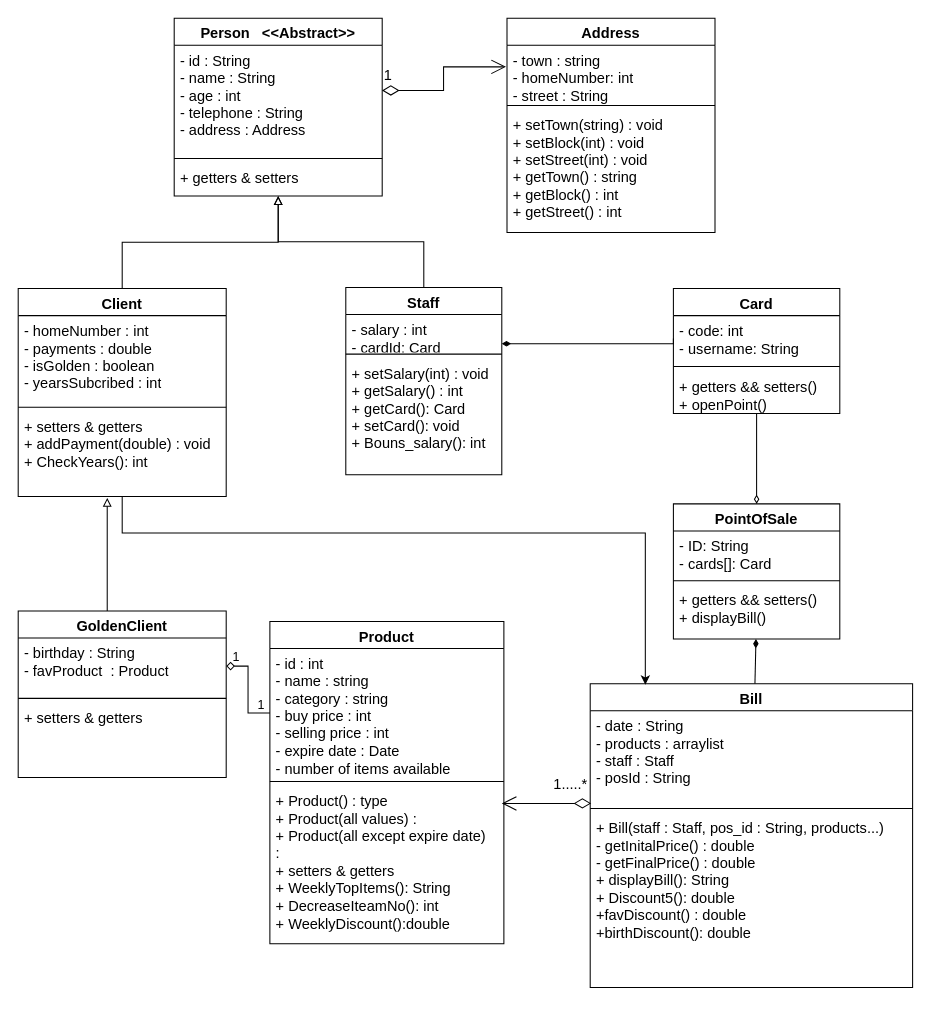
DiaaAhmedHassan/SuperMarketSystem keeps this draw.io diagram as UML/supermarket-uml.drawio. Above is the earlier version. Source tidied: cells renumbered, new cells numbered last; positions are measured from the earlier drawing's top-left corner, leaving out a move shared by most shapes. Both pictures are drawn from the tidied source at 104%, with x=0, y=0 at pixel (18, 18).
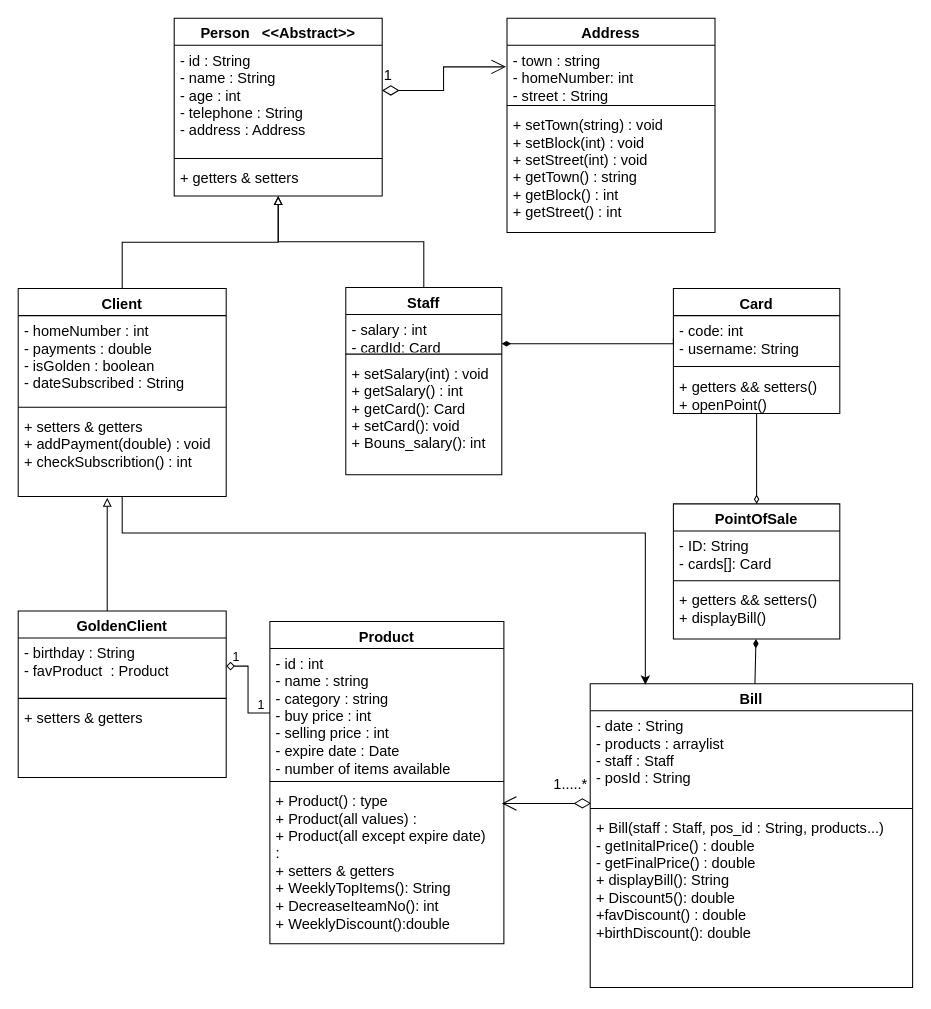
The same page after the edit.

The change refers to these unchanged cells:
```xml
<mxCell id="6" value="Client" style="swimlane;fontStyle=1;align=center;verticalAlign=top;horizontal=1;startSize=26;whiteSpace=wrap;html=1;labelBackgroundColor=none;fontSize=14;" parent="1" vertex="1">
  <mxGeometry y="260" width="200" height="200" as="geometry" />
</mxCell>
```

Diff of the diagram source:
```diff
@@
-    <mxCell id="7" value="- homeNumber : int&lt;br style=&quot;font-size: 14px;&quot;&gt;- payments : double&lt;br style=&quot;font-size: 14px;&quot;&gt;- isGolden : boolean&lt;br style=&quot;font-size: 14px;&quot;&gt;- yearsSubcribed : int" style="text;strokeColor=none;fillColor=none;align=left;verticalAlign=top;spacingLeft=4;spacingRight=4;overflow=hidden;whiteSpace=wrap;html=1;labelBackgroundColor=none;horizontal=1;fontSize=14;" parent="6" vertex="1">
+    <mxCell id="7" value="- homeNumber : int&lt;br style=&quot;font-size: 14px;&quot;&gt;- payments : double&lt;br style=&quot;font-size: 14px;&quot;&gt;- isGolden : boolean&lt;br style=&quot;font-size: 14px;&quot;&gt;- dateSubscribed : String" style="text;strokeColor=none;fillColor=none;align=left;verticalAlign=top;spacingLeft=4;spacingRight=4;overflow=hidden;whiteSpace=wrap;html=1;labelBackgroundColor=none;horizontal=1;fontSize=14;" parent="6" vertex="1">
       <mxGeometry y="26" width="200" height="84" as="geometry" />
     </mxCell>
@@
-    <mxCell id="9" value="+ setters &amp;amp; getters&lt;br style=&quot;font-size: 14px;&quot;&gt;+ addPayment(double) : void&lt;br style=&quot;font-size: 14px;&quot;&gt;+ CheckYears(): int" style="text;strokeColor=none;fillColor=none;align=left;verticalAlign=top;spacingLeft=4;spacingRight=4;overflow=hidden;points=[[0,0.5],[1,0.5]];portConstraint=eastwest;whiteSpace=wrap;html=1;labelBackgroundColor=none;horizontal=1;fontSize=14;" parent="6" vertex="1">
+    <mxCell id="9" value="+ setters &amp;amp; getters&lt;br style=&quot;font-size: 14px;&quot;&gt;+ addPayment(double) : void&lt;br style=&quot;font-size: 14px;&quot;&gt;+ checkSubscribtion() : int" style="text;strokeColor=none;fillColor=none;align=left;verticalAlign=top;spacingLeft=4;spacingRight=4;overflow=hidden;points=[[0,0.5],[1,0.5]];portConstraint=eastwest;whiteSpace=wrap;html=1;labelBackgroundColor=none;horizontal=1;fontSize=14;" parent="6" vertex="1">
       <mxGeometry y="118" width="200" height="82" as="geometry" />
     </mxCell>
```
